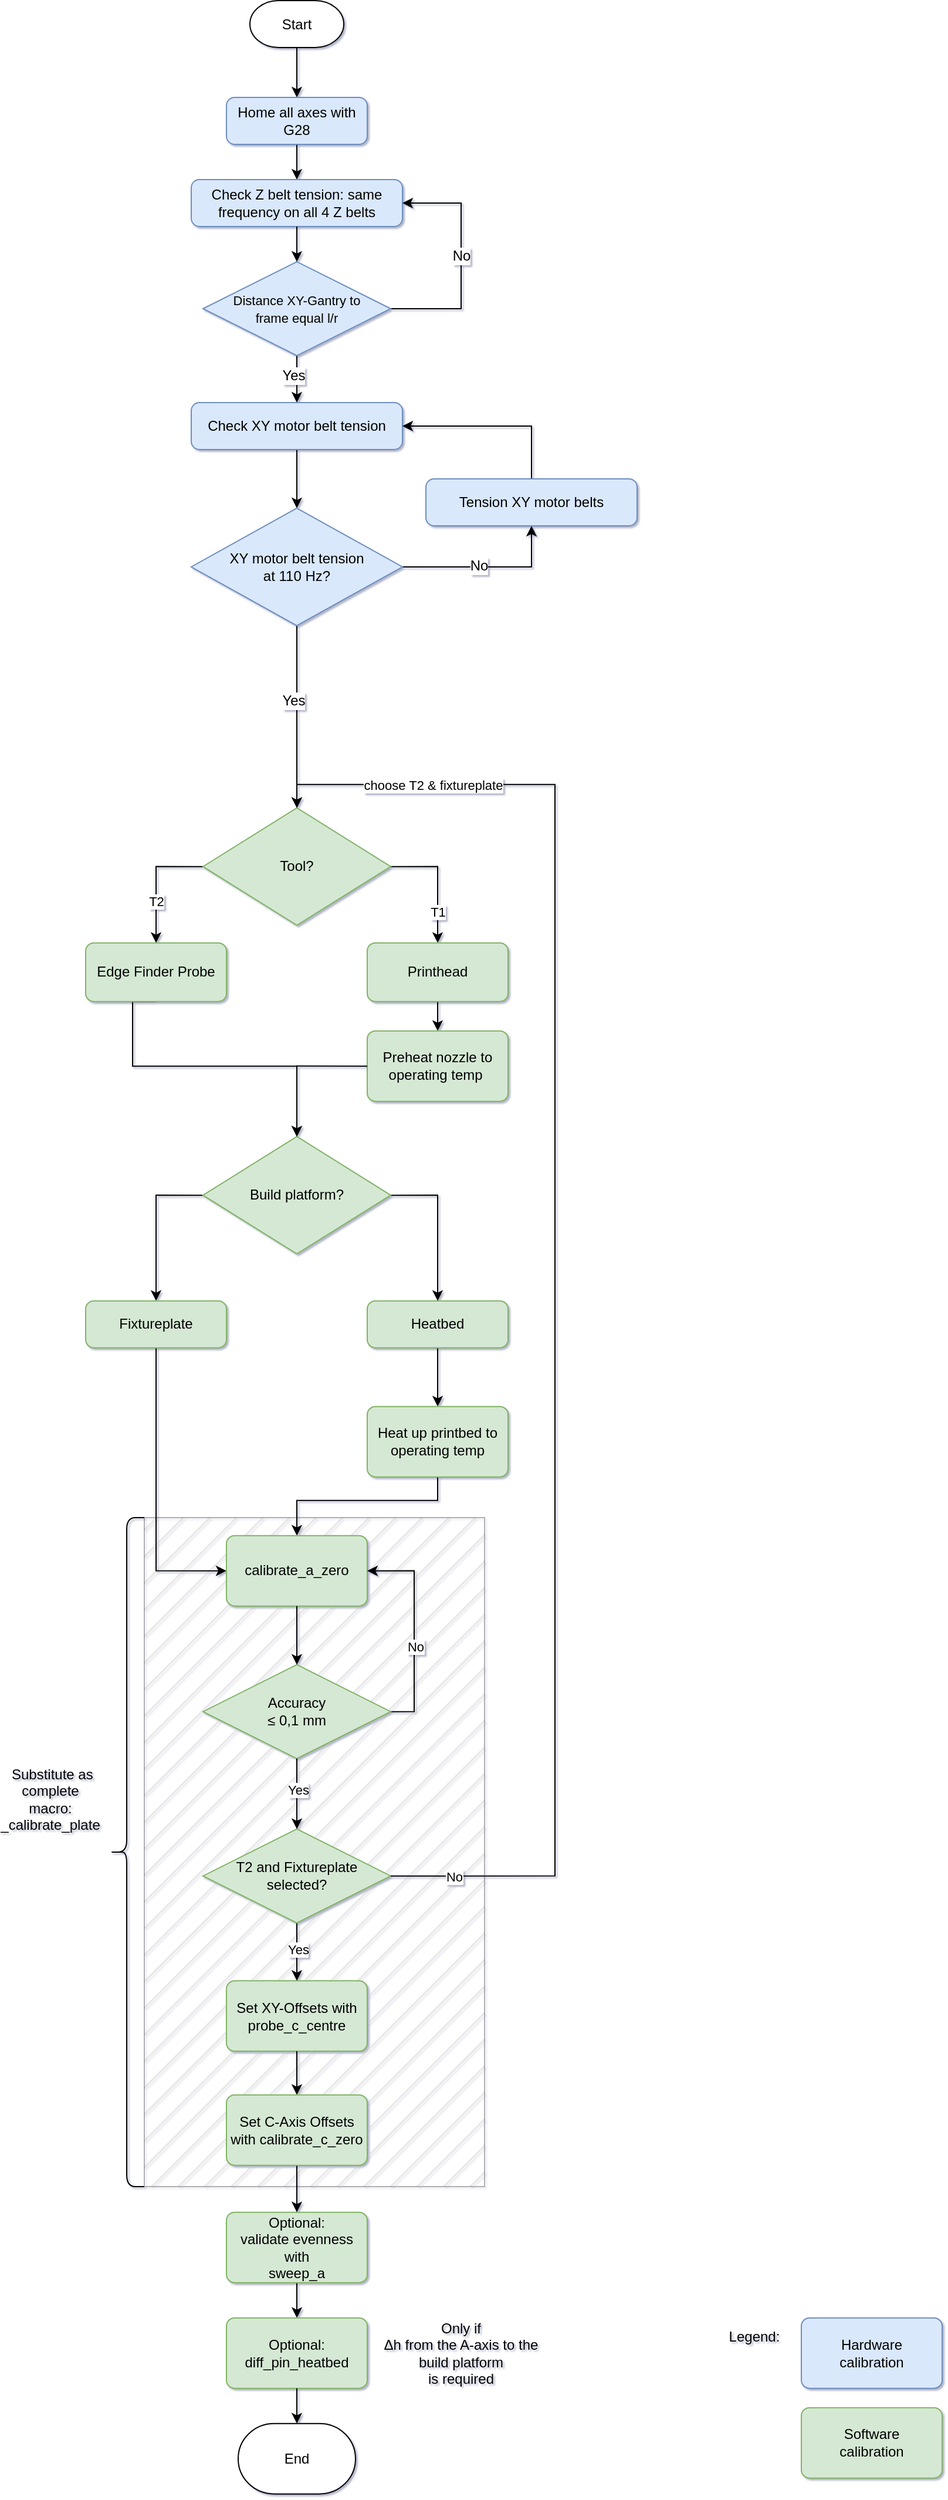
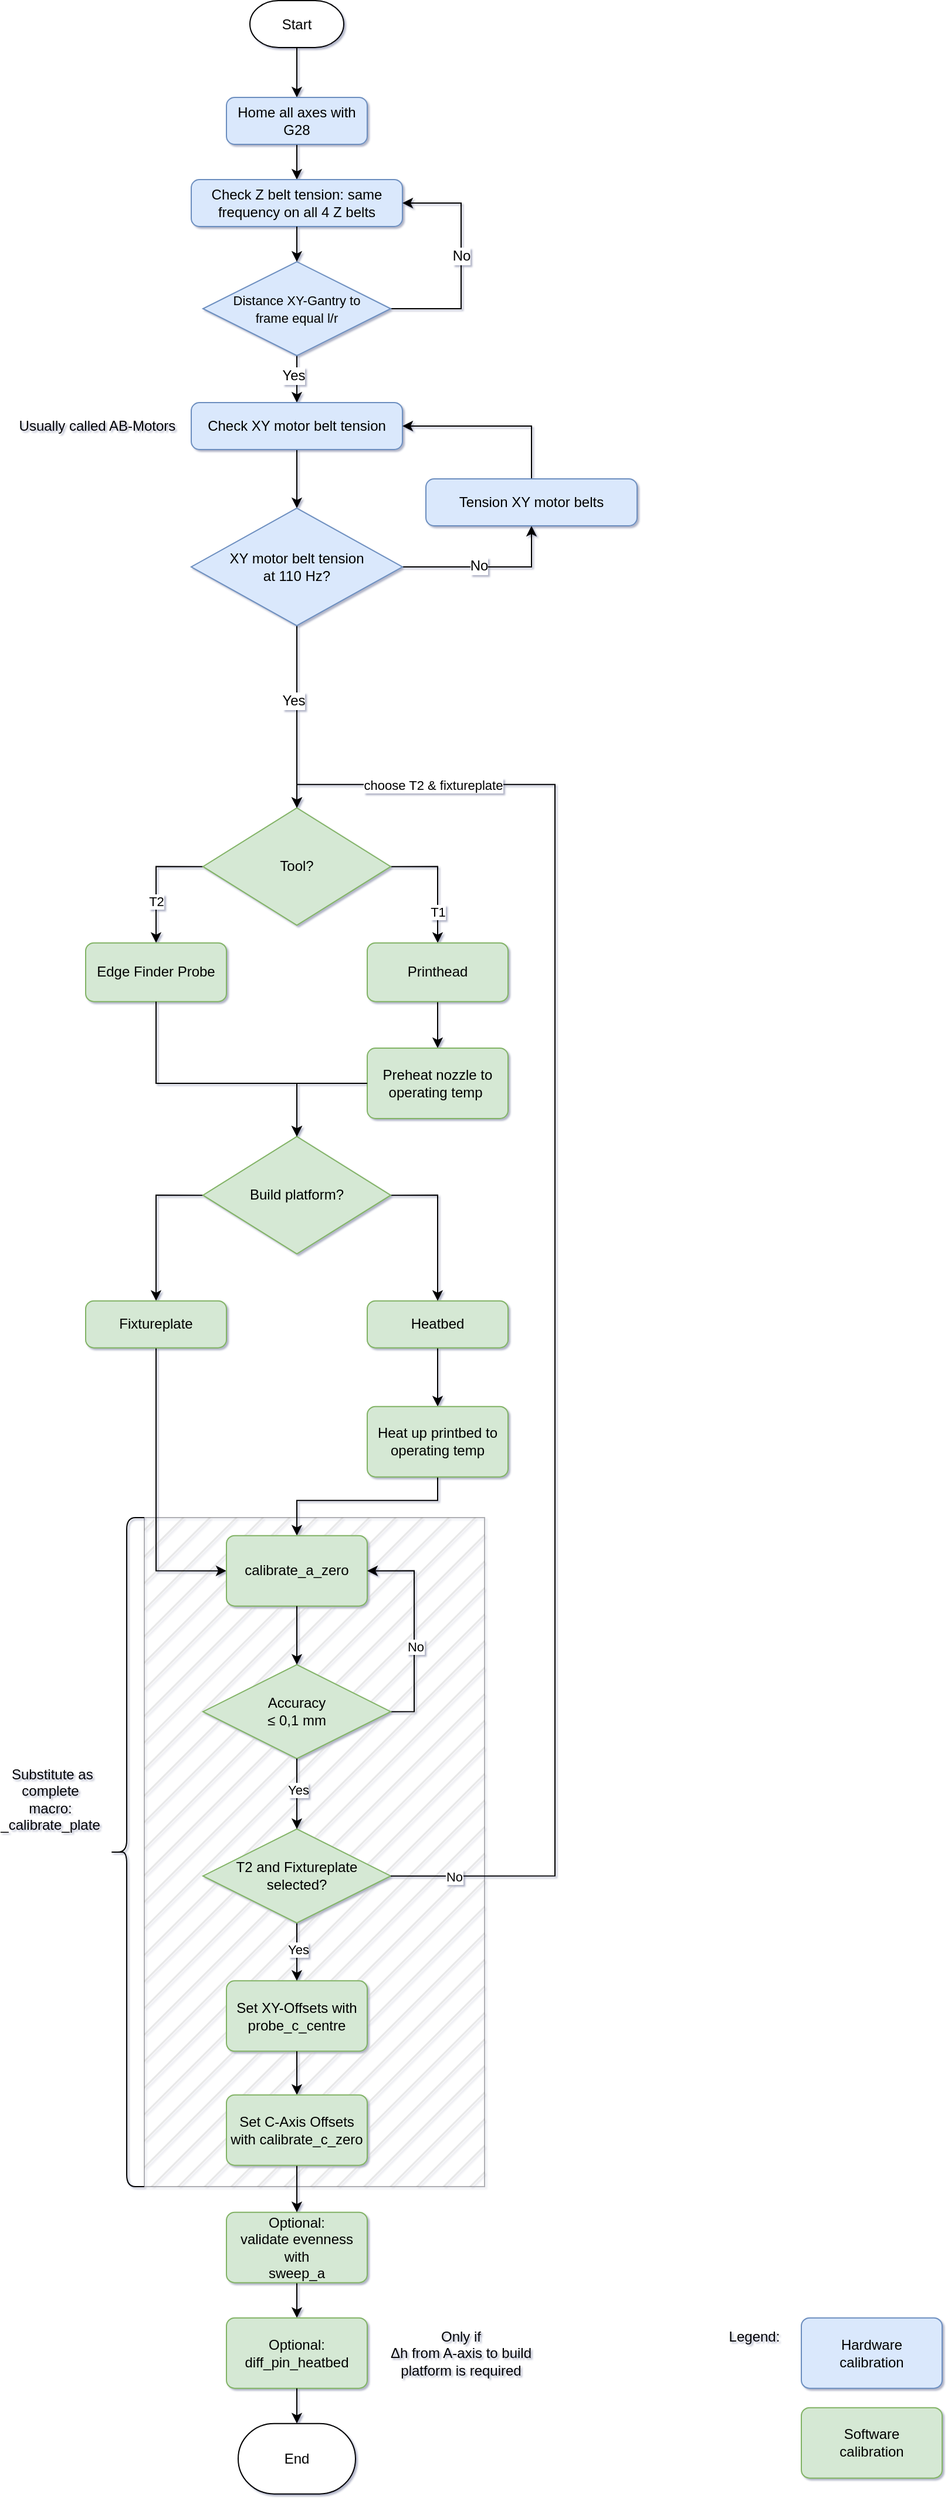
<mxfile host="app.diagrams.net" agent="5.0 (Windows NT 10.0; Win64; x64) AppleWebKit/537.36 (KHTML, like Gecko) Chrome/90.0.4430.212 Safari/537.36">
  <diagram name="Page-1" id="edf60f1a-56cd-e834-aa8a-f176f3a09ee4">
-     <mxGraphModel dx="1178" dy="648" grid="1" gridSize="10" guides="1" tooltips="1" connect="1" arrows="1" fold="1" page="1" pageScale="1" pageWidth="827" pageHeight="1169" background="none" math="0" shadow="1">
+     <mxGraphModel dx="1347" dy="740" grid="1" gridSize="10" guides="1" tooltips="1" connect="1" arrows="1" fold="1" page="1" pageScale="1" pageWidth="827" pageHeight="1169" background="none" math="0" shadow="1">
      <root>
        <mxCell id="0" />
        <mxCell id="1" parent="0" />
        <mxCell id="FIi98QtTblRB16goCm3a-30" connectable="0" parent="1" style="group" value="" vertex="1">
          <mxGeometry height="570" width="320" x="100" y="1370" as="geometry" />
        </mxCell>
        <mxCell id="FIi98QtTblRB16goCm3a-21" parent="FIi98QtTblRB16goCm3a-30" style="shape=curlyBracket;whiteSpace=wrap;html=1;rounded=1;labelPosition=left;verticalLabelPosition=middle;align=right;verticalAlign=middle;" value="" vertex="1">
          <mxGeometry height="569.9999999999999" width="30" as="geometry" />
        </mxCell>
        <mxCell id="FIi98QtTblRB16goCm3a-29" parent="FIi98QtTblRB16goCm3a-30" style="whiteSpace=wrap;html=1;fillColor=#B3B3B3;fillStyle=hatch;gradientColor=none;opacity=30;noLabel=0;fixDash=0;container=0;dropTarget=0;" value="" vertex="1">
          <mxGeometry height="569.9999999999999" width="290" x="30" as="geometry" />
        </mxCell>
        <mxCell id="yzWLUrRVBPCjE_x2O5sb-15" parent="FIi98QtTblRB16goCm3a-30" style="whiteSpace=wrap;html=1;strokeWidth=1;rounded=1;arcSize=14;absoluteArcSize=1;fillColor=#d5e8d4;strokeColor=#82b366;" value="Set XY-Offsets with&lt;div&gt;probe_c_centre&lt;/div&gt;" vertex="1">
          <mxGeometry height="60" width="120" x="100" y="394.6700000000001" as="geometry" />
        </mxCell>
        <mxCell id="6Rv4Ys9wquxRduYXBmIy-14" edge="1" parent="1" source="6Rv4Ys9wquxRduYXBmIy-1" style="edgeStyle=orthogonalEdgeStyle;rounded=0;orthogonalLoop=1;jettySize=auto;html=1;entryX=0.5;entryY=0;entryDx=0;entryDy=0;" target="_VjE9AJelsqWNRG-cR2B-2" value="">
          <mxGeometry relative="1" as="geometry">
            <mxPoint x="260" y="160" as="targetPoint" />
          </mxGeometry>
        </mxCell>
        <mxCell id="6Rv4Ys9wquxRduYXBmIy-1" parent="1" style="rounded=1;whiteSpace=wrap;html=1;strokeWidth=1;shape=mxgraph.flowchart.terminator;" value="Start" vertex="1">
          <mxGeometry height="40" width="80" x="220" y="77.5" as="geometry" />
        </mxCell>
        <mxCell id="_VjE9AJelsqWNRG-cR2B-6" edge="1" parent="1" source="_VjE9AJelsqWNRG-cR2B-2" style="edgeStyle=orthogonalEdgeStyle;rounded=0;orthogonalLoop=1;jettySize=auto;html=1;exitX=0.5;exitY=1;exitDx=0;exitDy=0;entryX=0.5;entryY=0;entryDx=0;entryDy=0;fontFamily=Helvetica;fontSize=12;fontColor=default;" target="_VjE9AJelsqWNRG-cR2B-5">
          <mxGeometry relative="1" as="geometry" />
        </mxCell>
        <mxCell id="_VjE9AJelsqWNRG-cR2B-2" parent="1" style="rounded=1;whiteSpace=wrap;html=1;absoluteArcSize=1;arcSize=14;strokeWidth=1;strokeColor=#6c8ebf;align=center;verticalAlign=middle;fontFamily=Helvetica;fontSize=12;fillColor=#dae8fc;" value="Home all axes with G28" vertex="1">
          <mxGeometry height="40" width="120" x="200" y="160" as="geometry" />
        </mxCell>
        <mxCell id="_VjE9AJelsqWNRG-cR2B-5" parent="1" style="rounded=1;whiteSpace=wrap;html=1;absoluteArcSize=1;arcSize=14;strokeWidth=1;strokeColor=#6c8ebf;align=center;verticalAlign=middle;fontFamily=Helvetica;fontSize=12;fillColor=#dae8fc;" value="Check Z belt tension: same frequency on all 4 Z belts" vertex="1">
          <mxGeometry height="40" width="180" x="170" y="230" as="geometry" />
        </mxCell>
        <mxCell id="_VjE9AJelsqWNRG-cR2B-9" edge="1" parent="1" source="_VjE9AJelsqWNRG-cR2B-7" style="edgeStyle=orthogonalEdgeStyle;rounded=0;orthogonalLoop=1;jettySize=auto;html=1;exitX=1;exitY=0.5;exitDx=0;exitDy=0;exitPerimeter=0;entryX=1;entryY=0.5;entryDx=0;entryDy=0;fontFamily=Helvetica;fontSize=12;fontColor=default;" target="_VjE9AJelsqWNRG-cR2B-5">
          <mxGeometry relative="1" as="geometry">
            <Array as="points">
              <mxPoint x="400" y="340" />
              <mxPoint x="400" y="250" />
            </Array>
          </mxGeometry>
        </mxCell>
        <mxCell id="_VjE9AJelsqWNRG-cR2B-10" connectable="0" parent="_VjE9AJelsqWNRG-cR2B-9" style="edgeLabel;html=1;align=center;verticalAlign=middle;resizable=0;points=[];rounded=1;strokeColor=default;strokeWidth=1;arcSize=14;absoluteArcSize=1;fontFamily=Helvetica;fontSize=12;fontColor=default;fillColor=default;" value="No" vertex="1">
          <mxGeometry relative="1" x="0.0496" y="-2" as="geometry">
            <mxPoint x="-2" as="offset" />
          </mxGeometry>
        </mxCell>
        <mxCell id="_VjE9AJelsqWNRG-cR2B-12" edge="1" parent="1" source="_VjE9AJelsqWNRG-cR2B-7" style="edgeStyle=orthogonalEdgeStyle;rounded=0;orthogonalLoop=1;jettySize=auto;html=1;exitX=0.5;exitY=1;exitDx=0;exitDy=0;exitPerimeter=0;entryX=0.5;entryY=0;entryDx=0;entryDy=0;fontFamily=Helvetica;fontSize=12;fontColor=default;" target="_VjE9AJelsqWNRG-cR2B-16">
          <mxGeometry relative="1" as="geometry">
            <mxPoint x="260" y="430" as="targetPoint" />
          </mxGeometry>
        </mxCell>
        <mxCell id="_VjE9AJelsqWNRG-cR2B-14" connectable="0" parent="_VjE9AJelsqWNRG-cR2B-12" style="edgeLabel;html=1;align=center;verticalAlign=middle;resizable=0;points=[];rounded=1;strokeColor=default;strokeWidth=1;arcSize=14;absoluteArcSize=1;fontFamily=Helvetica;fontSize=12;fontColor=default;fillColor=default;" value="Yes" vertex="1">
          <mxGeometry relative="1" x="-0.1467" y="-3" as="geometry">
            <mxPoint as="offset" />
          </mxGeometry>
        </mxCell>
        <mxCell id="_VjE9AJelsqWNRG-cR2B-7" parent="1" style="strokeWidth=1;html=1;shape=mxgraph.flowchart.decision;whiteSpace=wrap;rounded=1;strokeColor=#6c8ebf;align=center;verticalAlign=middle;arcSize=14;absoluteArcSize=1;fontFamily=Helvetica;fontSize=12;fillColor=#dae8fc;" value="&lt;span style=&quot;font-size: 11px;&quot;&gt;Distance XY-Gantry to&lt;br&gt;frame equal l/r&lt;br&gt;&lt;/span&gt;" vertex="1">
          <mxGeometry height="80" width="160" x="180" y="300" as="geometry" />
        </mxCell>
        <mxCell id="_VjE9AJelsqWNRG-cR2B-8" edge="1" parent="1" source="_VjE9AJelsqWNRG-cR2B-5" style="edgeStyle=orthogonalEdgeStyle;rounded=0;orthogonalLoop=1;jettySize=auto;html=1;exitX=0.5;exitY=1;exitDx=0;exitDy=0;entryX=0.5;entryY=0;entryDx=0;entryDy=0;entryPerimeter=0;fontFamily=Helvetica;fontSize=12;fontColor=default;" target="_VjE9AJelsqWNRG-cR2B-7">
          <mxGeometry relative="1" as="geometry" />
        </mxCell>
        <mxCell id="_VjE9AJelsqWNRG-cR2B-20" edge="1" parent="1" source="_VjE9AJelsqWNRG-cR2B-16" style="edgeStyle=orthogonalEdgeStyle;rounded=0;orthogonalLoop=1;jettySize=auto;html=1;fontFamily=Helvetica;fontSize=12;fontColor=default;" target="_VjE9AJelsqWNRG-cR2B-19" value="">
          <mxGeometry relative="1" as="geometry" />
        </mxCell>
        <mxCell id="_VjE9AJelsqWNRG-cR2B-16" parent="1" style="rounded=1;whiteSpace=wrap;html=1;absoluteArcSize=1;arcSize=14;strokeWidth=1;strokeColor=#6c8ebf;align=center;verticalAlign=middle;fontFamily=Helvetica;fontSize=12;fillColor=#dae8fc;" value="Check XY motor belt tension" vertex="1">
          <mxGeometry height="40" width="180" x="170" y="420" as="geometry" />
        </mxCell>
        <mxCell id="_VjE9AJelsqWNRG-cR2B-23" edge="1" parent="1" source="_VjE9AJelsqWNRG-cR2B-19" style="edgeStyle=orthogonalEdgeStyle;rounded=0;orthogonalLoop=1;jettySize=auto;html=1;fontFamily=Helvetica;fontSize=12;fontColor=default;entryX=0.5;entryY=1;entryDx=0;entryDy=0;" target="_VjE9AJelsqWNRG-cR2B-22" value="">
          <mxGeometry relative="1" as="geometry" />
        </mxCell>
        <mxCell id="_VjE9AJelsqWNRG-cR2B-25" connectable="0" parent="_VjE9AJelsqWNRG-cR2B-23" style="edgeLabel;html=1;align=center;verticalAlign=middle;resizable=0;points=[];rounded=1;strokeColor=default;strokeWidth=1;arcSize=14;absoluteArcSize=1;fontFamily=Helvetica;fontSize=12;fontColor=default;fillColor=default;" value="No" vertex="1">
          <mxGeometry relative="1" x="-0.1088" y="1" as="geometry">
            <mxPoint as="offset" />
          </mxGeometry>
        </mxCell>
        <mxCell id="_VjE9AJelsqWNRG-cR2B-27" edge="1" parent="1" source="_VjE9AJelsqWNRG-cR2B-19" style="edgeStyle=orthogonalEdgeStyle;rounded=0;orthogonalLoop=1;jettySize=auto;html=1;fontFamily=Helvetica;fontSize=12;fontColor=default;entryX=0.5;entryY=0;entryDx=0;entryDy=0;entryPerimeter=0;" target="_VjE9AJelsqWNRG-cR2B-31" value="">
          <mxGeometry relative="1" as="geometry">
            <mxPoint x="260" y="675.3299999999999" as="targetPoint" />
          </mxGeometry>
        </mxCell>
        <mxCell id="_VjE9AJelsqWNRG-cR2B-28" connectable="0" parent="_VjE9AJelsqWNRG-cR2B-27" style="edgeLabel;html=1;align=center;verticalAlign=middle;resizable=0;points=[];rounded=1;strokeColor=default;strokeWidth=1;arcSize=14;absoluteArcSize=1;fontFamily=Helvetica;fontSize=12;fontColor=default;fillColor=default;" value="Yes" vertex="1">
          <mxGeometry relative="1" x="-0.176" y="-3" as="geometry">
            <mxPoint as="offset" />
          </mxGeometry>
        </mxCell>
        <mxCell id="_VjE9AJelsqWNRG-cR2B-19" parent="1" style="rounded=1;whiteSpace=wrap;html=1;absoluteArcSize=1;arcSize=14;strokeWidth=1;strokeColor=#6c8ebf;align=center;verticalAlign=middle;fontFamily=Helvetica;fontSize=12;fillColor=#dae8fc;shape=mxgraph.flowchart.decision;" value="XY motor belt tension&lt;br&gt;at 110 Hz?" vertex="1">
          <mxGeometry height="100" width="180" x="170" y="510" as="geometry" />
        </mxCell>
        <mxCell id="_VjE9AJelsqWNRG-cR2B-24" edge="1" parent="1" source="_VjE9AJelsqWNRG-cR2B-22" style="edgeStyle=orthogonalEdgeStyle;rounded=0;orthogonalLoop=1;jettySize=auto;html=1;exitX=0.5;exitY=0;exitDx=0;exitDy=0;entryX=1;entryY=0.5;entryDx=0;entryDy=0;fontFamily=Helvetica;fontSize=12;fontColor=default;" target="_VjE9AJelsqWNRG-cR2B-16">
          <mxGeometry relative="1" as="geometry" />
        </mxCell>
        <mxCell id="_VjE9AJelsqWNRG-cR2B-22" parent="1" style="rounded=1;whiteSpace=wrap;html=1;absoluteArcSize=1;arcSize=14;strokeWidth=1;strokeColor=#6c8ebf;align=center;verticalAlign=middle;fontFamily=Helvetica;fontSize=12;fillColor=#dae8fc;" value="Tension XY motor belts" vertex="1">
          <mxGeometry height="40" width="180" x="370" y="485" as="geometry" />
        </mxCell>
        <mxCell id="yzWLUrRVBPCjE_x2O5sb-3" edge="1" parent="1" source="_VjE9AJelsqWNRG-cR2B-31" style="edgeStyle=orthogonalEdgeStyle;rounded=0;orthogonalLoop=1;jettySize=auto;html=1;exitX=0;exitY=0.5;exitDx=0;exitDy=0;exitPerimeter=0;entryX=0.5;entryY=0;entryDx=0;entryDy=0;" target="_VjE9AJelsqWNRG-cR2B-47">
          <mxGeometry relative="1" as="geometry" />
        </mxCell>
        <mxCell id="yzWLUrRVBPCjE_x2O5sb-6" connectable="0" parent="yzWLUrRVBPCjE_x2O5sb-3" style="edgeLabel;html=1;align=center;verticalAlign=middle;resizable=0;points=[];" value="T2" vertex="1">
          <mxGeometry relative="1" x="0.0798" y="-2" as="geometry">
            <mxPoint x="2" y="13" as="offset" />
          </mxGeometry>
        </mxCell>
        <mxCell id="yzWLUrRVBPCjE_x2O5sb-4" edge="1" parent="1" source="_VjE9AJelsqWNRG-cR2B-31" style="edgeStyle=orthogonalEdgeStyle;rounded=0;orthogonalLoop=1;jettySize=auto;html=1;exitX=1;exitY=0.5;exitDx=0;exitDy=0;exitPerimeter=0;entryX=0.5;entryY=0;entryDx=0;entryDy=0;" target="_VjE9AJelsqWNRG-cR2B-33">
          <mxGeometry relative="1" as="geometry" />
        </mxCell>
        <mxCell id="yzWLUrRVBPCjE_x2O5sb-5" connectable="0" parent="yzWLUrRVBPCjE_x2O5sb-4" style="edgeLabel;html=1;align=center;verticalAlign=middle;resizable=0;points=[];" value="T1" vertex="1">
          <mxGeometry relative="1" x="0.1738" y="2" as="geometry">
            <mxPoint x="-2" y="17" as="offset" />
          </mxGeometry>
        </mxCell>
        <mxCell id="_VjE9AJelsqWNRG-cR2B-31" parent="1" style="strokeWidth=1;html=1;shape=mxgraph.flowchart.decision;whiteSpace=wrap;rounded=1;align=center;verticalAlign=middle;arcSize=14;absoluteArcSize=1;fontFamily=Helvetica;fontSize=12;fillColor=#d5e8d4;strokeColor=#82b366;" value="Tool?" vertex="1">
          <mxGeometry height="100" width="160" x="180" y="765.33" as="geometry" />
        </mxCell>
        <mxCell id="yzWLUrRVBPCjE_x2O5sb-7" edge="1" parent="1" source="_VjE9AJelsqWNRG-cR2B-33" style="edgeStyle=orthogonalEdgeStyle;rounded=0;orthogonalLoop=1;jettySize=auto;html=1;exitX=0.5;exitY=1;exitDx=0;exitDy=0;entryX=0.5;entryY=0;entryDx=0;entryDy=0;" target="_VjE9AJelsqWNRG-cR2B-52">
          <mxGeometry relative="1" as="geometry" />
        </mxCell>
        <mxCell id="_VjE9AJelsqWNRG-cR2B-33" parent="1" style="whiteSpace=wrap;html=1;strokeWidth=1;rounded=1;arcSize=14;absoluteArcSize=1;fillColor=#d5e8d4;strokeColor=#82b366;" value="Printhead" vertex="1">
          <mxGeometry height="50" width="120" x="320" y="880.33" as="geometry" />
        </mxCell>
        <mxCell id="-hY4OvKay7_CAMQPIOxO-2" edge="1" parent="1" source="_VjE9AJelsqWNRG-cR2B-36" style="edgeStyle=orthogonalEdgeStyle;rounded=0;orthogonalLoop=1;jettySize=auto;html=1;" target="-hY4OvKay7_CAMQPIOxO-1" value="">
          <mxGeometry relative="1" as="geometry" />
        </mxCell>
        <mxCell id="_VjE9AJelsqWNRG-cR2B-36" parent="1" style="whiteSpace=wrap;html=1;strokeWidth=1;rounded=1;arcSize=14;absoluteArcSize=1;fillColor=#d5e8d4;strokeColor=#82b366;" value="Heatbed" vertex="1">
          <mxGeometry height="40" width="120" x="320" y="1185.33" as="geometry" />
        </mxCell>
        <mxCell id="_VjE9AJelsqWNRG-cR2B-73" edge="1" parent="1" source="_VjE9AJelsqWNRG-cR2B-42" style="edgeStyle=orthogonalEdgeStyle;rounded=0;orthogonalLoop=1;jettySize=auto;html=1;exitX=1;exitY=0.5;exitDx=0;exitDy=0;exitPerimeter=0;entryX=0.5;entryY=0;entryDx=0;entryDy=0;fontFamily=Helvetica;fontSize=12;fontColor=default;" target="_VjE9AJelsqWNRG-cR2B-36">
          <mxGeometry relative="1" as="geometry" />
        </mxCell>
        <mxCell id="_VjE9AJelsqWNRG-cR2B-74" edge="1" parent="1" source="_VjE9AJelsqWNRG-cR2B-42" style="edgeStyle=orthogonalEdgeStyle;rounded=0;orthogonalLoop=1;jettySize=auto;html=1;exitX=0;exitY=0.5;exitDx=0;exitDy=0;exitPerimeter=0;entryX=0.5;entryY=0;entryDx=0;entryDy=0;fontFamily=Helvetica;fontSize=12;fontColor=default;" target="_VjE9AJelsqWNRG-cR2B-45">
          <mxGeometry relative="1" as="geometry" />
        </mxCell>
        <mxCell id="_VjE9AJelsqWNRG-cR2B-42" parent="1" style="strokeWidth=1;html=1;shape=mxgraph.flowchart.decision;whiteSpace=wrap;rounded=1;align=center;verticalAlign=middle;arcSize=14;absoluteArcSize=1;fontFamily=Helvetica;fontSize=12;fillColor=#d5e8d4;strokeColor=#82b366;" value="Build platform?" vertex="1">
          <mxGeometry height="100" width="160" x="180" y="1045.33" as="geometry" />
        </mxCell>
        <mxCell id="yzWLUrRVBPCjE_x2O5sb-12" edge="1" parent="1" source="_VjE9AJelsqWNRG-cR2B-45" style="edgeStyle=orthogonalEdgeStyle;rounded=0;orthogonalLoop=1;jettySize=auto;html=1;entryX=0;entryY=0.5;entryDx=0;entryDy=0;" target="-hY4OvKay7_CAMQPIOxO-3" value="">
          <mxGeometry relative="1" as="geometry">
            <mxPoint x="140" y="1275.33" as="targetPoint" />
          </mxGeometry>
        </mxCell>
        <mxCell id="_VjE9AJelsqWNRG-cR2B-45" parent="1" style="whiteSpace=wrap;html=1;strokeWidth=1;rounded=1;arcSize=14;absoluteArcSize=1;fillColor=#d5e8d4;strokeColor=#82b366;" value="Fixtureplate" vertex="1">
          <mxGeometry height="40" width="120" x="80" y="1185.33" as="geometry" />
        </mxCell>
-         <mxCell id="yzWLUrRVBPCjE_x2O5sb-10" edge="1" parent="1" source="_VjE9AJelsqWNRG-cR2B-47" style="edgeStyle=orthogonalEdgeStyle;rounded=0;orthogonalLoop=1;jettySize=auto;html=1;exitX=0.5;exitY=1;exitDx=0;exitDy=0;">
-           <mxGeometry relative="1" as="geometry">
-             <Array as="points">
-               <mxPoint x="120" y="985.33" />
-               <mxPoint x="260" y="985.33" />
-             </Array>
-             <mxPoint x="260" y="1045.33" as="targetPoint" />
-           </mxGeometry>
-         </mxCell>
        <mxCell id="_VjE9AJelsqWNRG-cR2B-47" parent="1" style="whiteSpace=wrap;html=1;strokeWidth=1;rounded=1;arcSize=14;absoluteArcSize=1;fillColor=#d5e8d4;strokeColor=#82b366;" value="Edge Finder Probe" vertex="1">
          <mxGeometry height="50" width="120" x="80" y="880.33" as="geometry" />
        </mxCell>
        <mxCell id="_VjE9AJelsqWNRG-cR2B-52" parent="1" style="whiteSpace=wrap;html=1;strokeWidth=1;rounded=1;arcSize=14;absoluteArcSize=1;fillColor=#d5e8d4;strokeColor=#82b366;" value="Preheat nozzle to operating temp&amp;nbsp;" vertex="1">
-           <mxGeometry height="60" width="120" x="320" y="955.33" as="geometry" />
+           <mxGeometry height="60" width="120" x="320" y="970" as="geometry" />
        </mxCell>
        <mxCell id="yzWLUrRVBPCjE_x2O5sb-14" edge="1" parent="1" source="-hY4OvKay7_CAMQPIOxO-1" style="edgeStyle=orthogonalEdgeStyle;rounded=0;orthogonalLoop=1;jettySize=auto;html=1;exitX=0.5;exitY=1;exitDx=0;exitDy=0;entryX=0.5;entryY=0;entryDx=0;entryDy=0;" target="-hY4OvKay7_CAMQPIOxO-3">
          <mxGeometry relative="1" as="geometry">
            <Array as="points">
              <mxPoint x="380" y="1355.33" />
              <mxPoint x="260" y="1355.33" />
            </Array>
          </mxGeometry>
        </mxCell>
        <mxCell id="-hY4OvKay7_CAMQPIOxO-1" parent="1" style="whiteSpace=wrap;html=1;strokeWidth=1;rounded=1;arcSize=14;absoluteArcSize=1;fillColor=#d5e8d4;strokeColor=#82b366;" value="Heat up printbed to operating temp" vertex="1">
          <mxGeometry height="60" width="120" x="320" y="1275.33" as="geometry" />
        </mxCell>
        <mxCell id="-hY4OvKay7_CAMQPIOxO-3" parent="1" style="whiteSpace=wrap;html=1;strokeWidth=1;rounded=1;arcSize=14;absoluteArcSize=1;fillColor=#d5e8d4;strokeColor=#82b366;" value="calibrate_a_zero" vertex="1">
          <mxGeometry height="60" width="120" x="200" y="1385.33" as="geometry" />
        </mxCell>
        <mxCell id="-hY4OvKay7_CAMQPIOxO-7" edge="1" parent="1" source="-hY4OvKay7_CAMQPIOxO-5" style="edgeStyle=orthogonalEdgeStyle;rounded=0;orthogonalLoop=1;jettySize=auto;html=1;exitX=1;exitY=0.5;exitDx=0;exitDy=0;exitPerimeter=0;entryX=1;entryY=0.5;entryDx=0;entryDy=0;" target="-hY4OvKay7_CAMQPIOxO-3">
          <mxGeometry relative="1" as="geometry" />
        </mxCell>
        <mxCell id="-hY4OvKay7_CAMQPIOxO-8" connectable="0" parent="-hY4OvKay7_CAMQPIOxO-7" style="edgeLabel;html=1;align=center;verticalAlign=middle;resizable=0;points=[];" value="No" vertex="1">
          <mxGeometry relative="1" x="-0.1603" y="-1" as="geometry">
            <mxPoint as="offset" />
          </mxGeometry>
        </mxCell>
        <mxCell id="-hY4OvKay7_CAMQPIOxO-5" parent="1" style="strokeWidth=1;html=1;shape=mxgraph.flowchart.decision;whiteSpace=wrap;rounded=1;align=center;verticalAlign=middle;arcSize=14;absoluteArcSize=1;fontFamily=Helvetica;fontSize=12;fillColor=#d5e8d4;strokeColor=#82b366;" value="Accuracy&lt;br&gt;≤ 0,1 mm" vertex="1">
          <mxGeometry height="80" width="160" x="180" y="1495.33" as="geometry" />
        </mxCell>
        <mxCell id="-hY4OvKay7_CAMQPIOxO-6" edge="1" parent="1" source="-hY4OvKay7_CAMQPIOxO-3" style="edgeStyle=orthogonalEdgeStyle;rounded=0;orthogonalLoop=1;jettySize=auto;html=1;exitX=0.5;exitY=1;exitDx=0;exitDy=0;entryX=0.5;entryY=0;entryDx=0;entryDy=0;entryPerimeter=0;" target="-hY4OvKay7_CAMQPIOxO-5">
          <mxGeometry relative="1" as="geometry" />
        </mxCell>
        <mxCell id="FIi98QtTblRB16goCm3a-5" edge="1" parent="1" source="-hY4OvKay7_CAMQPIOxO-9" style="edgeStyle=orthogonalEdgeStyle;rounded=0;orthogonalLoop=1;jettySize=auto;html=1;exitX=0.5;exitY=1;exitDx=0;exitDy=0;entryX=0.5;entryY=0;entryDx=0;entryDy=0;" target="FIi98QtTblRB16goCm3a-4">
          <mxGeometry relative="1" as="geometry" />
        </mxCell>
        <mxCell id="-hY4OvKay7_CAMQPIOxO-9" parent="1" style="whiteSpace=wrap;html=1;strokeWidth=1;rounded=1;arcSize=14;absoluteArcSize=1;fillColor=#d5e8d4;strokeColor=#82b366;" value="Optional: &lt;br&gt;validate evenness with&lt;br&gt;sweep_a" vertex="1">
          <mxGeometry height="60" width="120" x="200" y="1961.83" as="geometry" />
        </mxCell>
        <mxCell id="-hY4OvKay7_CAMQPIOxO-11" parent="1" style="strokeWidth=1;html=1;shape=mxgraph.flowchart.terminator;whiteSpace=wrap;" value="End" vertex="1">
          <mxGeometry height="60" width="100" x="210" y="2141.83" as="geometry" />
        </mxCell>
        <mxCell id="yzWLUrRVBPCjE_x2O5sb-9" edge="1" parent="1" source="_VjE9AJelsqWNRG-cR2B-52" style="edgeStyle=orthogonalEdgeStyle;rounded=0;orthogonalLoop=1;jettySize=auto;html=1;exitX=0;exitY=0.5;exitDx=0;exitDy=0;entryX=0.5;entryY=0;entryDx=0;entryDy=0;entryPerimeter=0;" target="_VjE9AJelsqWNRG-cR2B-42">
          <mxGeometry relative="1" as="geometry">
            <Array as="points">
-               <mxPoint x="260" y="985.33" />
+               <mxPoint x="260" y="1000" />
            </Array>
          </mxGeometry>
        </mxCell>
        <mxCell id="yzWLUrRVBPCjE_x2O5sb-18" edge="1" parent="1" source="yzWLUrRVBPCjE_x2O5sb-15" style="edgeStyle=orthogonalEdgeStyle;rounded=0;orthogonalLoop=1;jettySize=auto;html=1;" target="yzWLUrRVBPCjE_x2O5sb-17" value="">
          <mxGeometry relative="1" as="geometry" />
        </mxCell>
        <mxCell id="yzWLUrRVBPCjE_x2O5sb-19" edge="1" parent="1" source="yzWLUrRVBPCjE_x2O5sb-17" style="edgeStyle=orthogonalEdgeStyle;rounded=0;orthogonalLoop=1;jettySize=auto;html=1;exitX=0.5;exitY=1;exitDx=0;exitDy=0;entryX=0.5;entryY=0;entryDx=0;entryDy=0;" target="-hY4OvKay7_CAMQPIOxO-9">
          <mxGeometry relative="1" as="geometry" />
        </mxCell>
        <mxCell id="yzWLUrRVBPCjE_x2O5sb-17" parent="1" style="whiteSpace=wrap;html=1;strokeWidth=1;rounded=1;arcSize=14;absoluteArcSize=1;fillColor=#d5e8d4;strokeColor=#82b366;" value="Set C-Axis Offsets with calibrate_c_zero" vertex="1">
          <mxGeometry height="60" width="120" x="200" y="1861.83" as="geometry" />
        </mxCell>
        <mxCell id="FIi98QtTblRB16goCm3a-4" parent="1" style="whiteSpace=wrap;html=1;strokeWidth=1;rounded=1;arcSize=14;absoluteArcSize=1;fillColor=#d5e8d4;strokeColor=#82b366;" value="Optional: &lt;br&gt;diff_pin_heatbed" vertex="1">
          <mxGeometry height="60" width="120" x="200" y="2051.83" as="geometry" />
        </mxCell>
        <mxCell id="FIi98QtTblRB16goCm3a-6" edge="1" parent="1" source="FIi98QtTblRB16goCm3a-4" style="edgeStyle=orthogonalEdgeStyle;rounded=0;orthogonalLoop=1;jettySize=auto;html=1;exitX=0.5;exitY=1;exitDx=0;exitDy=0;entryX=0.5;entryY=0;entryDx=0;entryDy=0;entryPerimeter=0;" target="-hY4OvKay7_CAMQPIOxO-11">
          <mxGeometry relative="1" as="geometry" />
        </mxCell>
-         <mxCell id="FIi98QtTblRB16goCm3a-8" parent="1" style="text;html=1;whiteSpace=wrap;strokeColor=none;fillColor=none;align=center;verticalAlign=middle;rounded=0;" value="&lt;div&gt;Only if&lt;/div&gt;&lt;div&gt;Δh from the A-axis to the build platform&lt;/div&gt;&lt;div&gt;is required&lt;/div&gt;" vertex="1">
+         <mxCell id="FIi98QtTblRB16goCm3a-8" parent="1" style="text;html=1;whiteSpace=wrap;strokeColor=none;fillColor=none;align=center;verticalAlign=middle;rounded=0;" value="&lt;div&gt;Only if&lt;/div&gt;&lt;div&gt;Δh from A-axis to build platform&amp;nbsp;&lt;span style=&quot;background-color: transparent; color: light-dark(rgb(0, 0, 0), rgb(255, 255, 255));&quot;&gt;is required&lt;/span&gt;&lt;/div&gt;" vertex="1">
          <mxGeometry height="30" width="140" x="330" y="2066.83" as="geometry" />
        </mxCell>
        <mxCell id="FIi98QtTblRB16goCm3a-20" edge="1" parent="1" source="FIi98QtTblRB16goCm3a-15" style="edgeStyle=orthogonalEdgeStyle;rounded=0;orthogonalLoop=1;jettySize=auto;html=1;exitX=0.5;exitY=1;exitDx=0;exitDy=0;exitPerimeter=0;entryX=0.5;entryY=0;entryDx=0;entryDy=0;" target="yzWLUrRVBPCjE_x2O5sb-15">
          <mxGeometry relative="1" as="geometry" />
        </mxCell>
        <mxCell id="JWglA3OigvHA6jABu2zU-4" connectable="0" parent="FIi98QtTblRB16goCm3a-20" style="edgeLabel;html=1;align=center;verticalAlign=middle;resizable=0;points=[];" value="Yes" vertex="1">
          <mxGeometry relative="1" x="-0.0837" y="1" as="geometry">
            <mxPoint as="offset" />
          </mxGeometry>
        </mxCell>
        <mxCell id="FIi98QtTblRB16goCm3a-15" parent="1" style="strokeWidth=1;html=1;shape=mxgraph.flowchart.decision;whiteSpace=wrap;rounded=1;align=center;verticalAlign=middle;arcSize=14;absoluteArcSize=1;fontFamily=Helvetica;fontSize=12;fillColor=#d5e8d4;strokeColor=#82b366;" value="T2 and Fixtureplate selected?" vertex="1">
          <mxGeometry height="80" width="160" x="180" y="1635.33" as="geometry" />
        </mxCell>
        <mxCell id="FIi98QtTblRB16goCm3a-16" edge="1" parent="1" source="-hY4OvKay7_CAMQPIOxO-5" style="edgeStyle=orthogonalEdgeStyle;rounded=0;orthogonalLoop=1;jettySize=auto;html=1;exitX=0.5;exitY=1;exitDx=0;exitDy=0;exitPerimeter=0;entryX=0.5;entryY=0;entryDx=0;entryDy=0;entryPerimeter=0;" target="FIi98QtTblRB16goCm3a-15">
          <mxGeometry relative="1" as="geometry" />
        </mxCell>
        <mxCell id="JWglA3OigvHA6jABu2zU-5" connectable="0" parent="FIi98QtTblRB16goCm3a-16" style="edgeLabel;html=1;align=center;verticalAlign=middle;resizable=0;points=[];" value="Yes" vertex="1">
          <mxGeometry relative="1" x="-0.111" y="1" as="geometry">
            <mxPoint as="offset" />
          </mxGeometry>
        </mxCell>
        <mxCell id="FIi98QtTblRB16goCm3a-17" edge="1" parent="1" source="FIi98QtTblRB16goCm3a-15" style="edgeStyle=orthogonalEdgeStyle;rounded=0;orthogonalLoop=1;jettySize=auto;html=1;exitX=1;exitY=0.5;exitDx=0;exitDy=0;exitPerimeter=0;entryX=0.5;entryY=0;entryDx=0;entryDy=0;entryPerimeter=0;" target="_VjE9AJelsqWNRG-cR2B-31">
          <mxGeometry relative="1" as="geometry">
            <Array as="points">
              <mxPoint x="480" y="1675.33" />
              <mxPoint x="480" y="745.33" />
              <mxPoint x="260" y="745.33" />
            </Array>
          </mxGeometry>
        </mxCell>
        <mxCell id="FIi98QtTblRB16goCm3a-18" connectable="0" parent="FIi98QtTblRB16goCm3a-17" style="edgeLabel;html=1;align=center;verticalAlign=middle;resizable=0;points=[];" value="No" vertex="1">
          <mxGeometry relative="1" x="-0.9178" as="geometry">
            <mxPoint as="offset" />
          </mxGeometry>
        </mxCell>
        <mxCell id="FIi98QtTblRB16goCm3a-28" connectable="0" parent="FIi98QtTblRB16goCm3a-17" style="edgeLabel;html=1;align=center;verticalAlign=middle;resizable=0;points=[];" value="choose T2 &amp;amp; fixtureplate" vertex="1">
          <mxGeometry relative="1" x="0.7933" as="geometry">
            <mxPoint as="offset" />
          </mxGeometry>
        </mxCell>
        <mxCell id="FIi98QtTblRB16goCm3a-22" parent="1" style="text;html=1;whiteSpace=wrap;strokeColor=none;fillColor=none;align=center;verticalAlign=middle;rounded=0;" value="&amp;nbsp;Substitute as complete macro: _calibrate_plate" vertex="1">
          <mxGeometry height="30" width="60" x="20" y="1595" as="geometry" />
        </mxCell>
        <mxCell id="FIi98QtTblRB16goCm3a-25" parent="1" style="whiteSpace=wrap;html=1;strokeWidth=1;rounded=1;arcSize=14;absoluteArcSize=1;fillColor=#d5e8d4;strokeColor=#82b366;" value="Software&lt;div&gt;calibration&lt;/div&gt;" vertex="1">
          <mxGeometry height="60" width="120" x="690" y="2128.33" as="geometry" />
        </mxCell>
        <mxCell id="FIi98QtTblRB16goCm3a-26" parent="1" style="whiteSpace=wrap;html=1;strokeWidth=1;rounded=1;arcSize=14;absoluteArcSize=1;fillColor=#dae8fc;strokeColor=#6c8ebf;" value="Hardware&lt;br&gt;calibration" vertex="1">
          <mxGeometry height="60" width="120" x="690" y="2051.83" as="geometry" />
        </mxCell>
        <mxCell id="FIi98QtTblRB16goCm3a-27" parent="1" style="text;html=1;whiteSpace=wrap;strokeColor=none;fillColor=none;align=center;verticalAlign=middle;rounded=0;" value="Legend:" vertex="1">
          <mxGeometry height="30" width="60" x="620" y="2053.33" as="geometry" />
+         </mxCell>
+         <mxCell id="JWglA3OigvHA6jABu2zU-6" edge="1" parent="1" source="_VjE9AJelsqWNRG-cR2B-47" style="edgeStyle=orthogonalEdgeStyle;rounded=0;orthogonalLoop=1;jettySize=auto;html=1;exitX=0.5;exitY=1;exitDx=0;exitDy=0;entryX=0.5;entryY=0;entryDx=0;entryDy=0;entryPerimeter=0;" target="_VjE9AJelsqWNRG-cR2B-42">
+           <mxGeometry relative="1" as="geometry">
+             <Array as="points">
+               <mxPoint x="140" y="1000" />
+               <mxPoint x="260" y="1000" />
+             </Array>
+           </mxGeometry>
+         </mxCell>
+         <mxCell id="JWglA3OigvHA6jABu2zU-7" parent="1" style="text;html=1;whiteSpace=wrap;strokeColor=none;fillColor=none;align=center;verticalAlign=middle;rounded=0;" value="Usually called AB-Motors" vertex="1">
+           <mxGeometry height="30" width="140" x="20" y="425" as="geometry" />
        </mxCell>
      </root>
    </mxGraphModel>
  </diagram>
</mxfile>
